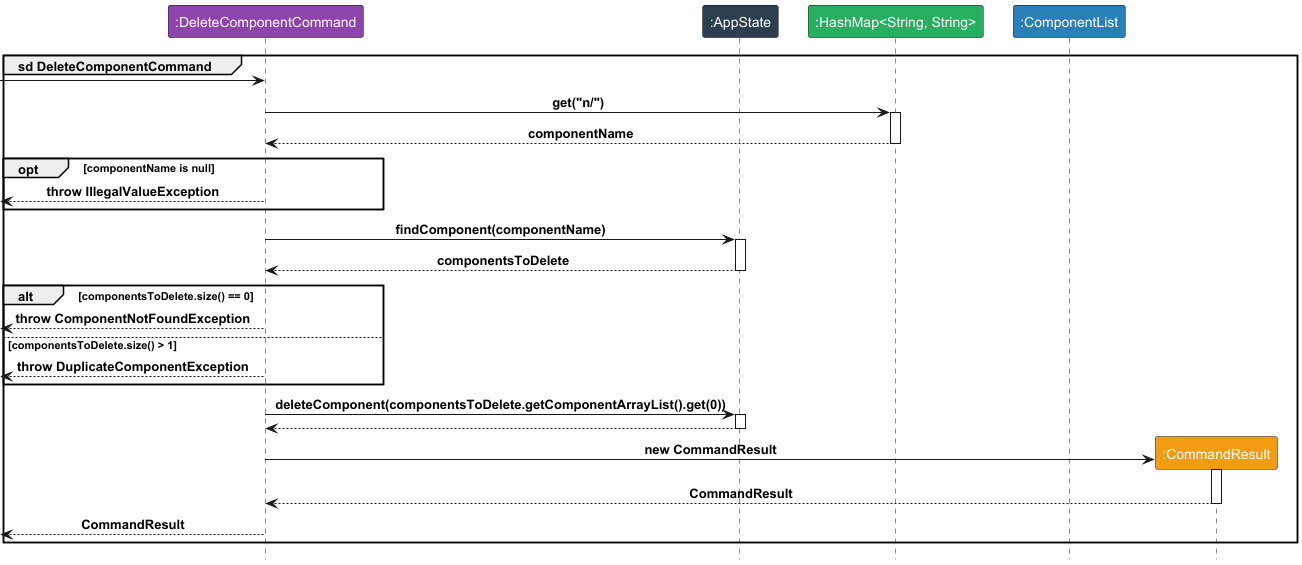
yeekian/tp keeps this PlantUML diagram as docs/diagrams/DeleteComponentCommand.png. Above is the earlier version.
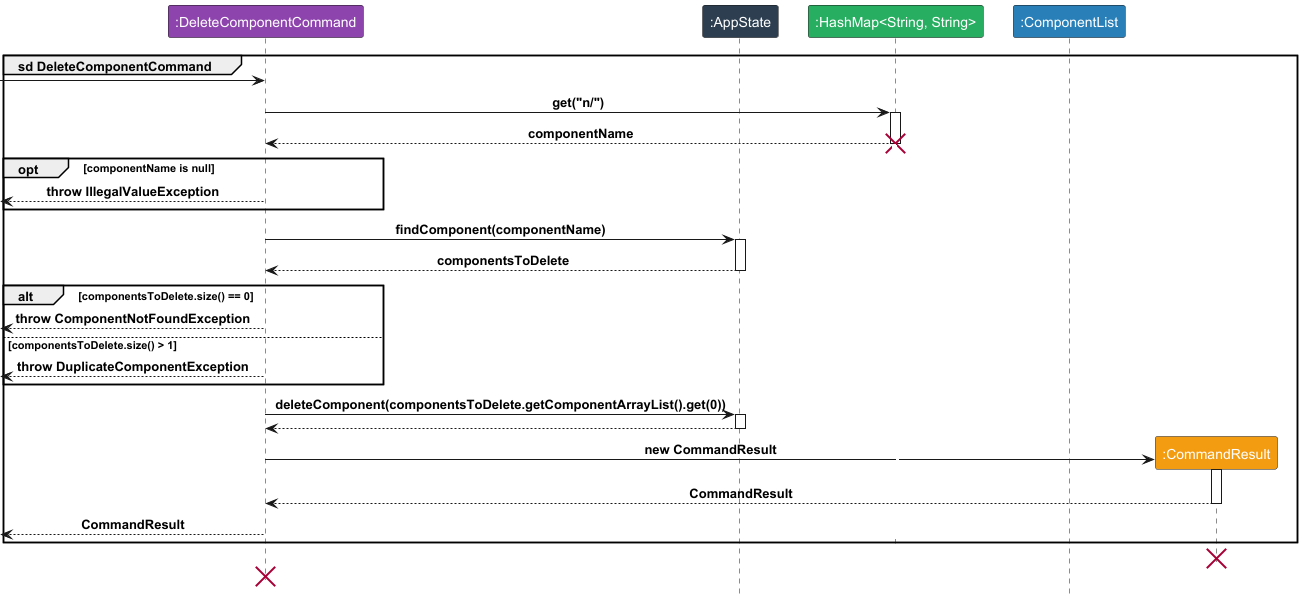
After the change.

Diff of the diagram source:
```diff
@@ -13,6 +13,7 @@
 activate H
 C <-- H : componentName
 deactivate H
+destroy H
 
 opt componentName is null
     [<-- C : throw IllegalValueException
@@ -43,4 +44,7 @@
 
 [<-- C : CommandResult
 end
+destroy R
+destroy C
+
 @enduml
```
